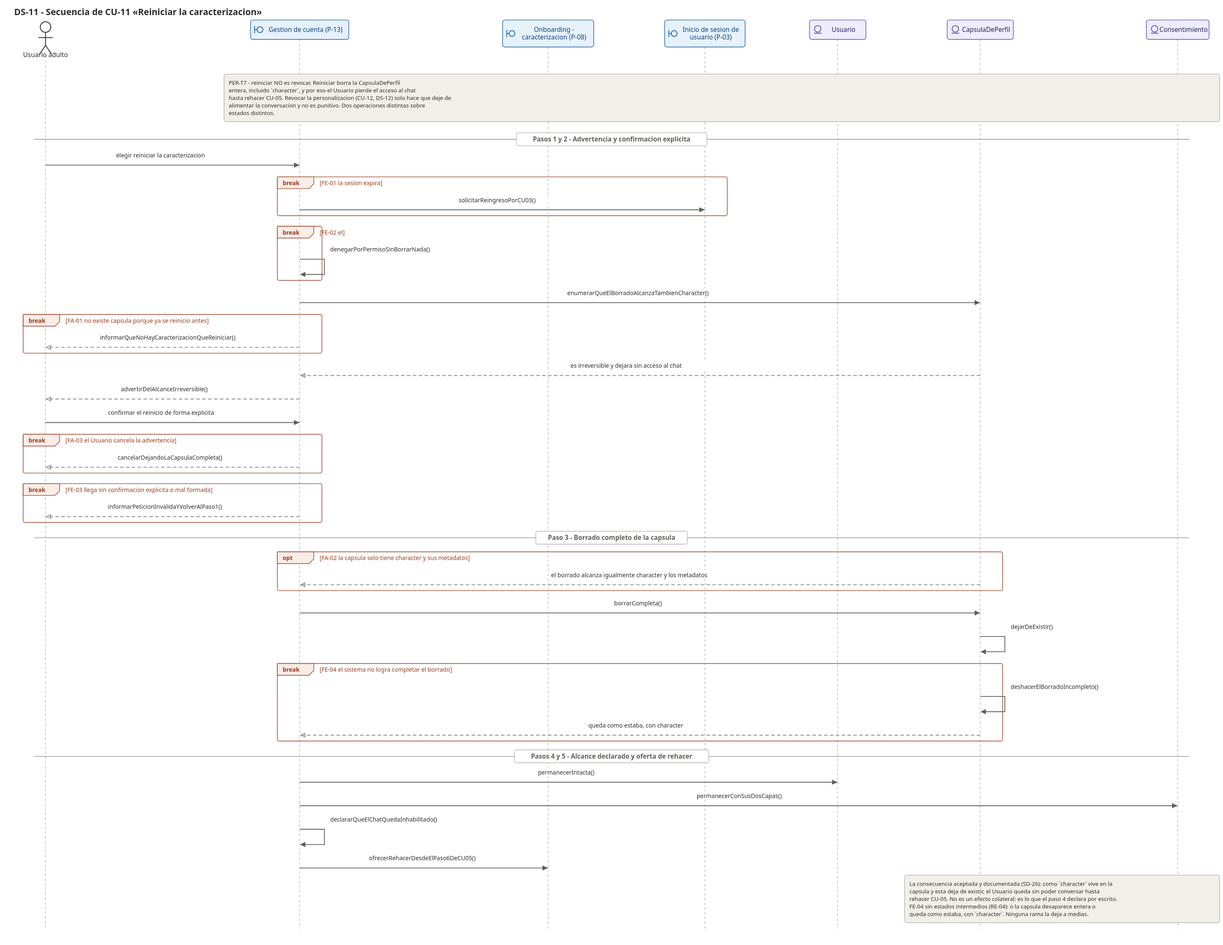
The PlantUML diagram docs/07_casos_uso/secuencia/svg/DS-11_secuencia_reiniciar_la_caracterizacion.svg in jonatan8254/alan-aura-academico, before a commit. Its source is kept beside it as docs/07_casos_uso/secuencia/puml/DS-11_secuencia_reiniciar_la_caracterizacion.puml.
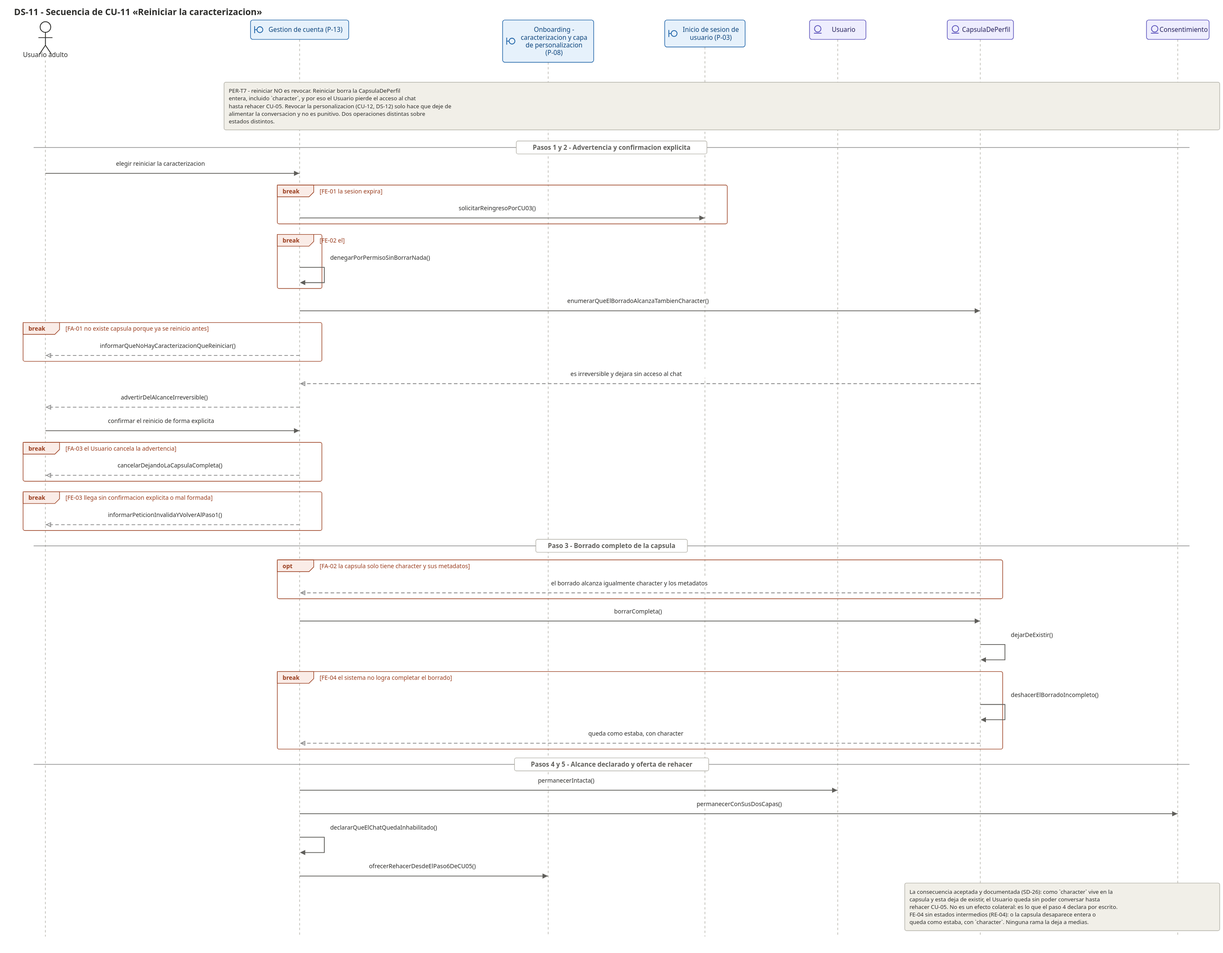
The same diagram one commit later.

Diff of the diagram source:
```diff
@@ -6,7 +6,7 @@
 
 actor "Usuario adulto" as ACT_Usuario
 boundary "Gestion de cuenta (P-13)" as B_PaginaGestionCuenta
-boundary "Onboarding - caracterizacion (P-08)" as B_PantallaCaracterizacion
+boundary "Onboarding - caracterizacion y capa de personalizacion (P-08)" as B_PantallaCaracterizacion
 boundary "Inicio de sesion de usuario (P-03)" as B_PaginaInicioSesion
 entity "Usuario" as E_Usuario
 entity "CapsulaDePerfil" as E_CapsulaDePerfil
```
